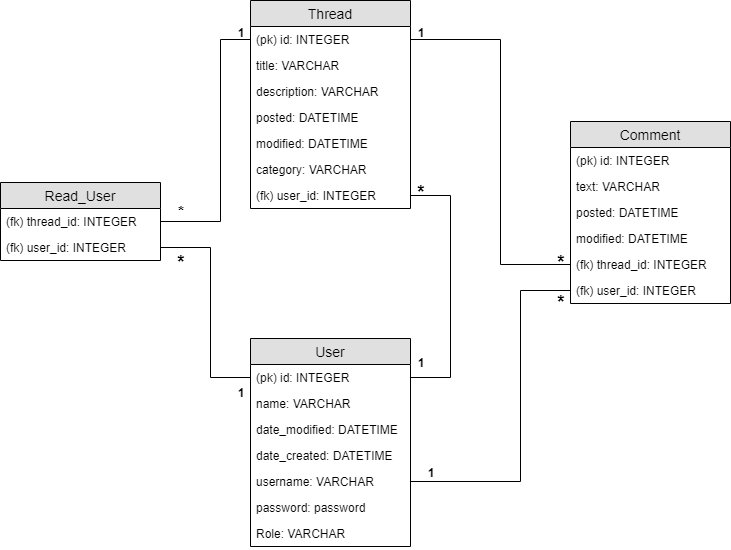
This is documentation/pics/databasePicture.png from lehtoneo/keskustelufoorumi, a draw.io export, as it was before one commit. Source tidied: cells renumbered, new cells last; positions are measured from the earlier drawing's top-left corner, leaving out a move shared by most shapes. Source of this version:
```xml
<mxGraphModel>
  <root>
    <mxCell id="0" />
    <mxCell id="1" parent="0" />
    <mxCell id="2" value="Thread" style="swimlane;fontStyle=0;horizontal=1;startSize=26;fillColor=#e0e0e0;swimlaneFillColor=#ffffff;align=center;fontSize=14;" parent="1" vertex="1">
      <mxGeometry x="250" width="160" height="208" as="geometry" />
    </mxCell>
    <mxCell id="3" value="(pk) id: INTEGER" style="text;strokeColor=none;fillColor=none;spacingLeft=4;spacingRight=4;overflow=hidden;points=[[0,0.5],[1,0.5]];portConstraint=eastwest;fontSize=12;" parent="2" vertex="1">
      <mxGeometry y="26" width="160" height="26" as="geometry" />
    </mxCell>
    <mxCell id="4" value="title: VARCHAR" style="text;strokeColor=none;fillColor=none;spacingLeft=4;spacingRight=4;overflow=hidden;fontSize=12;" parent="2" vertex="1">
      <mxGeometry y="52" width="160" height="26" as="geometry" />
    </mxCell>
    <mxCell id="5" value="description: VARCHAR" style="text;strokeColor=none;fillColor=none;spacingLeft=4;spacingRight=4;overflow=hidden;fontSize=12;align=left;" parent="2" vertex="1">
      <mxGeometry y="78" width="160" height="26" as="geometry" />
    </mxCell>
    <mxCell id="6" value="posted: DATETIME" style="text;strokeColor=none;fillColor=none;spacingLeft=4;spacingRight=4;overflow=hidden;fontSize=12;" parent="2" vertex="1">
      <mxGeometry y="104" width="160" height="26" as="geometry" />
    </mxCell>
    <mxCell id="7" value="modified: DATETIME" style="text;strokeColor=none;fillColor=none;align=left;verticalAlign=top;spacingLeft=4;spacingRight=4;overflow=hidden;" parent="2" vertex="1">
      <mxGeometry y="130" width="160" height="26" as="geometry" />
    </mxCell>
    <mxCell id="8" value="category: VARCHAR" style="text;strokeColor=none;fillColor=none;spacingLeft=4;spacingRight=4;overflow=hidden;fontSize=12;align=left;" parent="2" vertex="1">
      <mxGeometry y="156" width="160" height="26" as="geometry" />
    </mxCell>
    <mxCell id="9" value="(fk) user_id: INTEGER" style="text;strokeColor=none;fillColor=none;spacingLeft=4;spacingRight=4;overflow=hidden;points=[[0,0.5],[1,0.5]];portConstraint=eastwest;fontSize=12;align=left;" parent="2" vertex="1">
      <mxGeometry y="182" width="160" height="26" as="geometry" />
    </mxCell>
    <mxCell id="10" value="Comment" style="swimlane;fontStyle=0;horizontal=1;startSize=26;fillColor=#e0e0e0;swimlaneFillColor=#ffffff;align=center;fontSize=14;" parent="1" vertex="1">
      <mxGeometry x="570" y="121" width="160" height="182" as="geometry" />
    </mxCell>
    <mxCell id="11" value="(pk) id: INTEGER" style="text;strokeColor=none;fillColor=none;spacingLeft=4;spacingRight=4;overflow=hidden;fontSize=12;" parent="10" vertex="1">
      <mxGeometry y="26" width="160" height="26" as="geometry" />
    </mxCell>
    <mxCell id="12" value="text: VARCHAR" style="text;strokeColor=none;fillColor=none;spacingLeft=4;spacingRight=4;overflow=hidden;fontSize=12;" parent="10" vertex="1">
      <mxGeometry y="52" width="160" height="26" as="geometry" />
    </mxCell>
    <mxCell id="13" value="posted: DATETIME" style="text;strokeColor=none;fillColor=none;spacingLeft=4;spacingRight=4;overflow=hidden;fontSize=12;align=left;" parent="10" vertex="1">
      <mxGeometry y="78" width="160" height="26" as="geometry" />
    </mxCell>
    <mxCell id="14" value="modified: DATETIME" style="text;strokeColor=none;fillColor=none;align=left;verticalAlign=top;spacingLeft=4;spacingRight=4;overflow=hidden;" parent="10" vertex="1">
      <mxGeometry y="104" width="160" height="26" as="geometry" />
    </mxCell>
    <mxCell id="15" value="(fk) thread_id: INTEGER" style="text;strokeColor=none;fillColor=none;spacingLeft=4;spacingRight=4;overflow=hidden;points=[[0,0.5],[1,0.5]];portConstraint=eastwest;fontSize=12;" parent="10" vertex="1">
      <mxGeometry y="130" width="160" height="26" as="geometry" />
    </mxCell>
    <mxCell id="16" value="(fk) user_id: INTEGER" style="text;strokeColor=none;fillColor=none;spacingLeft=4;spacingRight=4;overflow=hidden;points=[[0,0.5],[1,0.5]];portConstraint=eastwest;fontSize=12;align=left;" parent="10" vertex="1">
      <mxGeometry y="156" width="160" height="26" as="geometry" />
    </mxCell>
    <mxCell id="17" value="User" style="swimlane;fontStyle=0;horizontal=1;startSize=26;fillColor=#e0e0e0;swimlaneFillColor=#ffffff;align=center;fontSize=14;" parent="1" vertex="1">
      <mxGeometry x="250" y="338" width="160" height="208" as="geometry" />
    </mxCell>
    <mxCell id="18" value="(pk) id: INTEGER" style="text;strokeColor=none;fillColor=none;spacingLeft=4;spacingRight=4;overflow=hidden;points=[[0,0.5],[1,0.5]];portConstraint=eastwest;fontSize=12;" parent="17" vertex="1">
      <mxGeometry y="26" width="160" height="26" as="geometry" />
    </mxCell>
    <mxCell id="19" value="name: VARCHAR" style="text;strokeColor=none;fillColor=none;spacingLeft=4;spacingRight=4;overflow=hidden;fontSize=12;" parent="17" vertex="1">
      <mxGeometry y="52" width="160" height="26" as="geometry" />
    </mxCell>
    <mxCell id="20" value="date_modified: DATETIME" style="text;strokeColor=none;fillColor=none;spacingLeft=4;spacingRight=4;overflow=hidden;fontSize=12;" parent="17" vertex="1">
      <mxGeometry y="78" width="160" height="26" as="geometry" />
    </mxCell>
    <mxCell id="21" value="date_created: DATETIME" style="text;strokeColor=none;fillColor=none;spacingLeft=4;spacingRight=4;overflow=hidden;fontSize=12;" parent="17" vertex="1">
      <mxGeometry y="104" width="160" height="26" as="geometry" />
    </mxCell>
    <mxCell id="22" value="username: VARCHAR" style="text;strokeColor=none;fillColor=none;spacingLeft=4;spacingRight=4;overflow=hidden;points=[[0,0.5],[1,0.5]];portConstraint=eastwest;fontSize=12;" parent="17" vertex="1">
      <mxGeometry y="130" width="160" height="26" as="geometry" />
    </mxCell>
    <mxCell id="23" value="password: password" style="text;strokeColor=none;fillColor=none;spacingLeft=4;spacingRight=4;overflow=hidden;fontSize=12;align=left;" parent="17" vertex="1">
      <mxGeometry y="156" width="160" height="26" as="geometry" />
    </mxCell>
    <mxCell id="24" value="Role: VARCHAR" style="text;strokeColor=none;fillColor=none;spacingLeft=4;spacingRight=4;overflow=hidden;fontSize=12;align=left;" parent="17" vertex="1">
      <mxGeometry y="182" width="160" height="26" as="geometry" />
    </mxCell>
    <mxCell id="25" value="Read_User" style="swimlane;fontStyle=0;horizontal=1;startSize=26;fillColor=#e0e0e0;swimlaneFillColor=#ffffff;align=center;fontSize=14;" parent="1" vertex="1">
      <mxGeometry y="182" width="160" height="78" as="geometry" />
    </mxCell>
    <mxCell id="26" value="(fk) thread_id: INTEGER" style="text;strokeColor=none;fillColor=none;spacingLeft=4;spacingRight=4;overflow=hidden;points=[[0,0.5],[1,0.5]];portConstraint=eastwest;fontSize=12;" parent="25" vertex="1">
      <mxGeometry y="26" width="160" height="26" as="geometry" />
    </mxCell>
    <mxCell id="27" value="(fk) user_id: INTEGER" style="text;strokeColor=none;fillColor=none;spacingLeft=4;spacingRight=4;overflow=hidden;points=[[0,0.5],[1,0.5]];portConstraint=eastwest;fontSize=12;align=left;" parent="25" vertex="1">
      <mxGeometry y="52" width="160" height="26" as="geometry" />
    </mxCell>
    <mxCell id="28" style="endArrow=none;html=1;rounded=0;exitX=1;exitY=0.5;exitDx=0;exitDy=0;entryX=0;entryY=0.5;entryDx=0;entryDy=0;" parent="1" edge="1" source="26" target="3">
      <mxGeometry relative="1" as="geometry">
        <Array as="points">
          <mxPoint x="220" y="221" />
          <mxPoint x="220" y="39" />
        </Array>
      </mxGeometry>
    </mxCell>
    <mxCell id="29" style="endArrow=none;html=1;rounded=0;entryX=0;entryY=0.5;entryDx=0;entryDy=0;exitX=1;exitY=0.5;exitDx=0;exitDy=0;" parent="1" edge="1" source="27" target="18">
      <mxGeometry relative="1" as="geometry">
        <Array as="points">
          <mxPoint x="210" y="247" />
          <mxPoint x="210" y="377" />
        </Array>
      </mxGeometry>
    </mxCell>
    <mxCell id="30" style="endArrow=none;html=1;rounded=0;exitX=1;exitY=0.5;exitDx=0;exitDy=0;entryX=1;entryY=0.5;entryDx=0;entryDy=0;" parent="1" edge="1" source="9" target="18">
      <mxGeometry relative="1" as="geometry">
        <Array as="points">
          <mxPoint x="450" y="195" />
          <mxPoint x="450" y="377" />
        </Array>
      </mxGeometry>
    </mxCell>
    <mxCell id="31" style="endArrow=none;html=1;rounded=0;exitX=1;exitY=0.5;exitDx=0;exitDy=0;entryX=0;entryY=0.5;entryDx=0;entryDy=0;" parent="1" edge="1" source="3" target="15">
      <mxGeometry relative="1" as="geometry">
        <Array as="points">
          <mxPoint x="500" y="39" />
          <mxPoint x="500" y="264" />
        </Array>
      </mxGeometry>
    </mxCell>
    <mxCell id="32" style="endArrow=none;html=1;rounded=0;exitX=1;exitY=0.5;exitDx=0;exitDy=0;entryX=0;entryY=0.5;entryDx=0;entryDy=0;" parent="1" edge="1" source="22" target="16">
      <mxGeometry relative="1" as="geometry">
        <Array as="points">
          <mxPoint x="520" y="481" />
          <mxPoint x="520" y="290" />
        </Array>
      </mxGeometry>
    </mxCell>
    <mxCell id="33" value="&lt;b&gt;1&lt;/b&gt;" style="text;html=1;strokeColor=none;fillColor=none;align=center;verticalAlign=middle;whiteSpace=wrap;rounded=0;" parent="1" vertex="1">
      <mxGeometry x="220" y="22" width="40" height="20" as="geometry" />
    </mxCell>
    <mxCell id="34" value="&lt;font style=&quot;font-size: 19px&quot;&gt;&lt;b&gt;*&lt;/b&gt;&lt;/font&gt;" style="text;html=1;strokeColor=none;fillColor=none;align=center;verticalAlign=middle;whiteSpace=wrap;rounded=0;" parent="1" vertex="1">
      <mxGeometry x="540" y="292" width="40" height="20" as="geometry" />
    </mxCell>
    <mxCell id="35" value="&lt;b&gt;1&lt;/b&gt;" style="text;html=1;strokeColor=none;fillColor=none;align=center;verticalAlign=middle;whiteSpace=wrap;rounded=0;" parent="1" vertex="1">
      <mxGeometry x="400" y="352" width="40" height="20" as="geometry" />
    </mxCell>
    <mxCell id="36" value="&lt;b&gt;1&lt;/b&gt;" style="text;html=1;strokeColor=none;fillColor=none;align=center;verticalAlign=middle;whiteSpace=wrap;rounded=0;" parent="1" vertex="1">
      <mxGeometry x="410" y="462" width="40" height="20" as="geometry" />
    </mxCell>
    <mxCell id="37" value="&lt;b&gt;1&lt;/b&gt;" style="text;html=1;strokeColor=none;fillColor=none;align=center;verticalAlign=middle;whiteSpace=wrap;rounded=0;" parent="1" vertex="1">
      <mxGeometry x="220" y="382" width="40" height="20" as="geometry" />
    </mxCell>
    <mxCell id="38" value="*" style="text;html=1;strokeColor=none;fillColor=none;align=center;verticalAlign=middle;whiteSpace=wrap;rounded=0;fontSize=19;fontStyle=1;" parent="1" vertex="1">
      <mxGeometry x="160" y="252" width="40" height="20" as="geometry" />
    </mxCell>
    <mxCell id="39" value="&lt;span style=&quot;font-size: 16px;&quot;&gt;*&lt;/span&gt;" style="text;html=1;strokeColor=none;fillColor=none;align=center;verticalAlign=middle;whiteSpace=wrap;rounded=0;fontSize=16;fontStyle=1;" parent="1" vertex="1">
      <mxGeometry x="160" y="202" width="40" height="20" as="geometry" />
    </mxCell>
    <mxCell id="40" value="*" style="text;html=1;strokeColor=none;fillColor=none;align=center;verticalAlign=middle;whiteSpace=wrap;rounded=0;fontSize=19;fontStyle=1;" parent="1" vertex="1">
      <mxGeometry x="540" y="252" width="40" height="20" as="geometry" />
    </mxCell>
    <mxCell id="41" value="&lt;b&gt;1&lt;/b&gt;" style="text;html=1;strokeColor=none;fillColor=none;align=center;verticalAlign=middle;whiteSpace=wrap;rounded=0;" parent="1" vertex="1">
      <mxGeometry x="400" y="22" width="40" height="20" as="geometry" />
    </mxCell>
    <mxCell id="42" value="*" style="text;html=1;strokeColor=none;fillColor=none;align=center;verticalAlign=middle;whiteSpace=wrap;rounded=0;fontSize=19;fontStyle=1;" parent="1" vertex="1">
      <mxGeometry x="400" y="182" width="40" height="20" as="geometry" />
    </mxCell>
  </root>
</mxGraphModel>
```
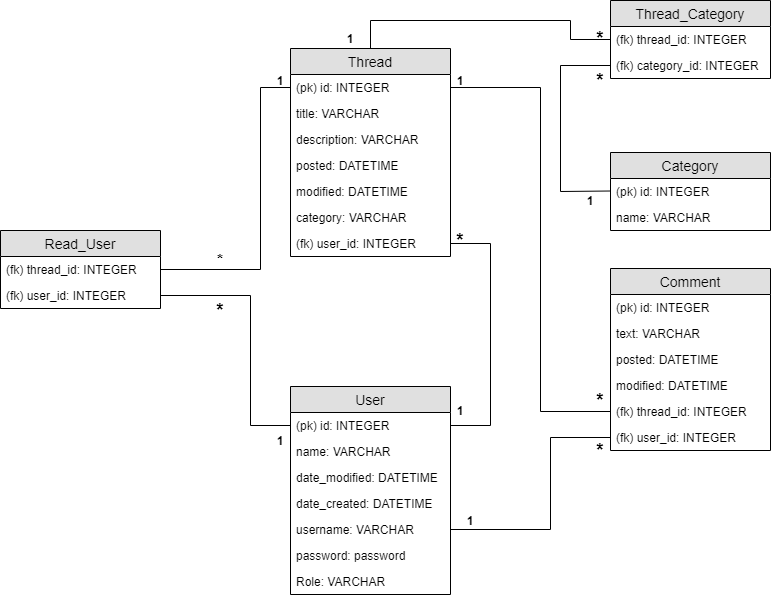
After the change.

What changed in the source:
```diff
@@ -27,7 +27,7 @@
       <mxGeometry y="182" width="160" height="26" as="geometry" />
     </mxCell>
     <mxCell id="10" value="Comment" style="swimlane;fontStyle=0;horizontal=1;startSize=26;fillColor=#e0e0e0;swimlaneFillColor=#ffffff;align=center;fontSize=14;" parent="1" vertex="1">
-      <mxGeometry x="570" y="121" width="160" height="182" as="geometry" />
+      <mxGeometry x="570" y="220" width="160" height="182" as="geometry" />
     </mxCell>
     <mxCell id="11" value="(pk) id: INTEGER" style="text;strokeColor=none;fillColor=none;spacingLeft=4;spacingRight=4;overflow=hidden;fontSize=12;" parent="10" vertex="1">
       <mxGeometry y="26" width="160" height="26" as="geometry" />
@@ -72,7 +72,7 @@
       <mxGeometry y="182" width="160" height="26" as="geometry" />
     </mxCell>
     <mxCell id="25" value="Read_User" style="swimlane;fontStyle=0;horizontal=1;startSize=26;fillColor=#e0e0e0;swimlaneFillColor=#ffffff;align=center;fontSize=14;" parent="1" vertex="1">
-      <mxGeometry y="182" width="160" height="78" as="geometry" />
+      <mxGeometry x="-40" y="182" width="160" height="78" as="geometry" />
     </mxCell>
     <mxCell id="26" value="(fk) thread_id: INTEGER" style="text;strokeColor=none;fillColor=none;spacingLeft=4;spacingRight=4;overflow=hidden;points=[[0,0.5],[1,0.5]];portConstraint=eastwest;fontSize=12;" parent="25" vertex="1">
       <mxGeometry y="26" width="160" height="26" as="geometry" />
@@ -108,15 +108,15 @@
       <mxGeometry relative="1" as="geometry">
         <Array as="points">
           <mxPoint x="500" y="39" />
-          <mxPoint x="500" y="264" />
+          <mxPoint x="500" y="363" />
         </Array>
       </mxGeometry>
     </mxCell>
     <mxCell id="32" style="endArrow=none;html=1;rounded=0;exitX=1;exitY=0.5;exitDx=0;exitDy=0;entryX=0;entryY=0.5;entryDx=0;entryDy=0;" parent="1" edge="1" source="22" target="16">
       <mxGeometry relative="1" as="geometry">
         <Array as="points">
-          <mxPoint x="520" y="481" />
-          <mxPoint x="520" y="290" />
+          <mxPoint x="510" y="481" />
+          <mxPoint x="510" y="389" />
         </Array>
       </mxGeometry>
     </mxCell>
@@ -124,7 +124,7 @@
       <mxGeometry x="220" y="22" width="40" height="20" as="geometry" />
     </mxCell>
     <mxCell id="34" value="&lt;font style=&quot;font-size: 19px&quot;&gt;&lt;b&gt;*&lt;/b&gt;&lt;/font&gt;" style="text;html=1;strokeColor=none;fillColor=none;align=center;verticalAlign=middle;whiteSpace=wrap;rounded=0;" parent="1" vertex="1">
-      <mxGeometry x="540" y="292" width="40" height="20" as="geometry" />
+      <mxGeometry x="540" y="342" width="40" height="20" as="geometry" />
     </mxCell>
     <mxCell id="35" value="&lt;b&gt;1&lt;/b&gt;" style="text;html=1;strokeColor=none;fillColor=none;align=center;verticalAlign=middle;whiteSpace=wrap;rounded=0;" parent="1" vertex="1">
       <mxGeometry x="400" y="352" width="40" height="20" as="geometry" />
@@ -142,7 +142,7 @@
       <mxGeometry x="160" y="202" width="40" height="20" as="geometry" />
     </mxCell>
     <mxCell id="40" value="*" style="text;html=1;strokeColor=none;fillColor=none;align=center;verticalAlign=middle;whiteSpace=wrap;rounded=0;fontSize=19;fontStyle=1;" parent="1" vertex="1">
-      <mxGeometry x="540" y="252" width="40" height="20" as="geometry" />
+      <mxGeometry x="540" y="392" width="40" height="20" as="geometry" />
     </mxCell>
     <mxCell id="41" value="&lt;b&gt;1&lt;/b&gt;" style="text;html=1;strokeColor=none;fillColor=none;align=center;verticalAlign=middle;whiteSpace=wrap;rounded=0;" parent="1" vertex="1">
       <mxGeometry x="400" y="22" width="40" height="20" as="geometry" />
@@ -150,5 +150,53 @@
     <mxCell id="42" value="*" style="text;html=1;strokeColor=none;fillColor=none;align=center;verticalAlign=middle;whiteSpace=wrap;rounded=0;fontSize=19;fontStyle=1;" parent="1" vertex="1">
       <mxGeometry x="400" y="182" width="40" height="20" as="geometry" />
     </mxCell>
+    <mxCell id="43" value="Category" style="swimlane;fontStyle=0;horizontal=1;startSize=26;fillColor=#e0e0e0;swimlaneFillColor=#ffffff;align=center;fontSize=14;" parent="1" vertex="1">
+      <mxGeometry x="570" y="104" width="160" height="78" as="geometry" />
+    </mxCell>
+    <mxCell id="44" value="(pk) id: INTEGER" style="text;strokeColor=none;fillColor=none;spacingLeft=4;spacingRight=4;overflow=hidden;fontSize=12;" parent="43" vertex="1">
+      <mxGeometry y="26" width="160" height="26" as="geometry" />
+    </mxCell>
+    <mxCell id="45" value="name: VARCHAR" style="text;strokeColor=none;fillColor=none;spacingLeft=4;spacingRight=4;overflow=hidden;fontSize=12;" parent="43" vertex="1">
+      <mxGeometry y="52" width="160" height="26" as="geometry" />
+    </mxCell>
+    <mxCell id="46" value="Thread_Category" style="swimlane;fontStyle=0;horizontal=1;startSize=26;fillColor=#e0e0e0;swimlaneFillColor=#ffffff;align=center;fontSize=14;" parent="1" vertex="1">
+      <mxGeometry x="570" y="-48" width="160" height="78" as="geometry" />
+    </mxCell>
+    <mxCell id="47" value="(fk) thread_id: INTEGER" style="text;strokeColor=none;fillColor=none;spacingLeft=4;spacingRight=4;overflow=hidden;points=[[0,0.5],[1,0.5]];portConstraint=eastwest;fontSize=12;" parent="46" vertex="1">
+      <mxGeometry y="26" width="160" height="26" as="geometry" />
+    </mxCell>
+    <mxCell id="48" value="(fk) category_id: INTEGER" style="text;strokeColor=none;fillColor=none;spacingLeft=4;spacingRight=4;overflow=hidden;points=[[0,0.5],[1,0.5]];portConstraint=eastwest;fontSize=12;" parent="46" vertex="1">
+      <mxGeometry y="52" width="160" height="26" as="geometry" />
+    </mxCell>
+    <mxCell id="49" style="endArrow=none;html=1;rounded=0;exitX=0;exitY=0.5;exitDx=0;exitDy=0;" parent="1" edge="1" source="48">
+      <mxGeometry relative="1" as="geometry">
+        <mxPoint x="570" y="142.5" as="targetPoint" />
+        <Array as="points">
+          <mxPoint x="520" y="17" />
+          <mxPoint x="520" y="143" />
+        </Array>
+      </mxGeometry>
+    </mxCell>
+    <mxCell id="50" value="&lt;b&gt;1&lt;/b&gt;" style="text;html=1;strokeColor=none;fillColor=none;align=center;verticalAlign=middle;whiteSpace=wrap;rounded=0;" parent="1" vertex="1">
+      <mxGeometry x="530" y="142" width="40" height="20" as="geometry" />
+    </mxCell>
+    <mxCell id="51" style="endArrow=none;html=1;rounded=0;exitX=0.5;exitY=0;exitDx=0;exitDy=0;entryX=0;entryY=0.5;entryDx=0;entryDy=0;" parent="1" edge="1" source="2" target="47">
+      <mxGeometry relative="1" as="geometry">
+        <Array as="points">
+          <mxPoint x="330" y="-28" />
+          <mxPoint x="530" y="-28" />
+          <mxPoint x="530" y="-9" />
+        </Array>
+      </mxGeometry>
+    </mxCell>
+    <mxCell id="52" value="&lt;b&gt;1&lt;/b&gt;" style="text;html=1;strokeColor=none;fillColor=none;align=center;verticalAlign=middle;whiteSpace=wrap;rounded=0;" parent="1" vertex="1">
+      <mxGeometry x="290" y="-20" width="40" height="20" as="geometry" />
+    </mxCell>
+    <mxCell id="53" value="*" style="text;html=1;strokeColor=none;fillColor=none;align=center;verticalAlign=middle;whiteSpace=wrap;rounded=0;fontSize=19;fontStyle=1;" parent="1" vertex="1">
+      <mxGeometry x="540" y="22" width="40" height="20" as="geometry" />
+    </mxCell>
+    <mxCell id="54" value="*" style="text;html=1;strokeColor=none;fillColor=none;align=center;verticalAlign=middle;whiteSpace=wrap;rounded=0;fontSize=19;fontStyle=1;" parent="1" vertex="1">
+      <mxGeometry x="540" y="-20" width="40" height="20" as="geometry" />
+    </mxCell>
   </root>
 </mxGraphModel>
```
